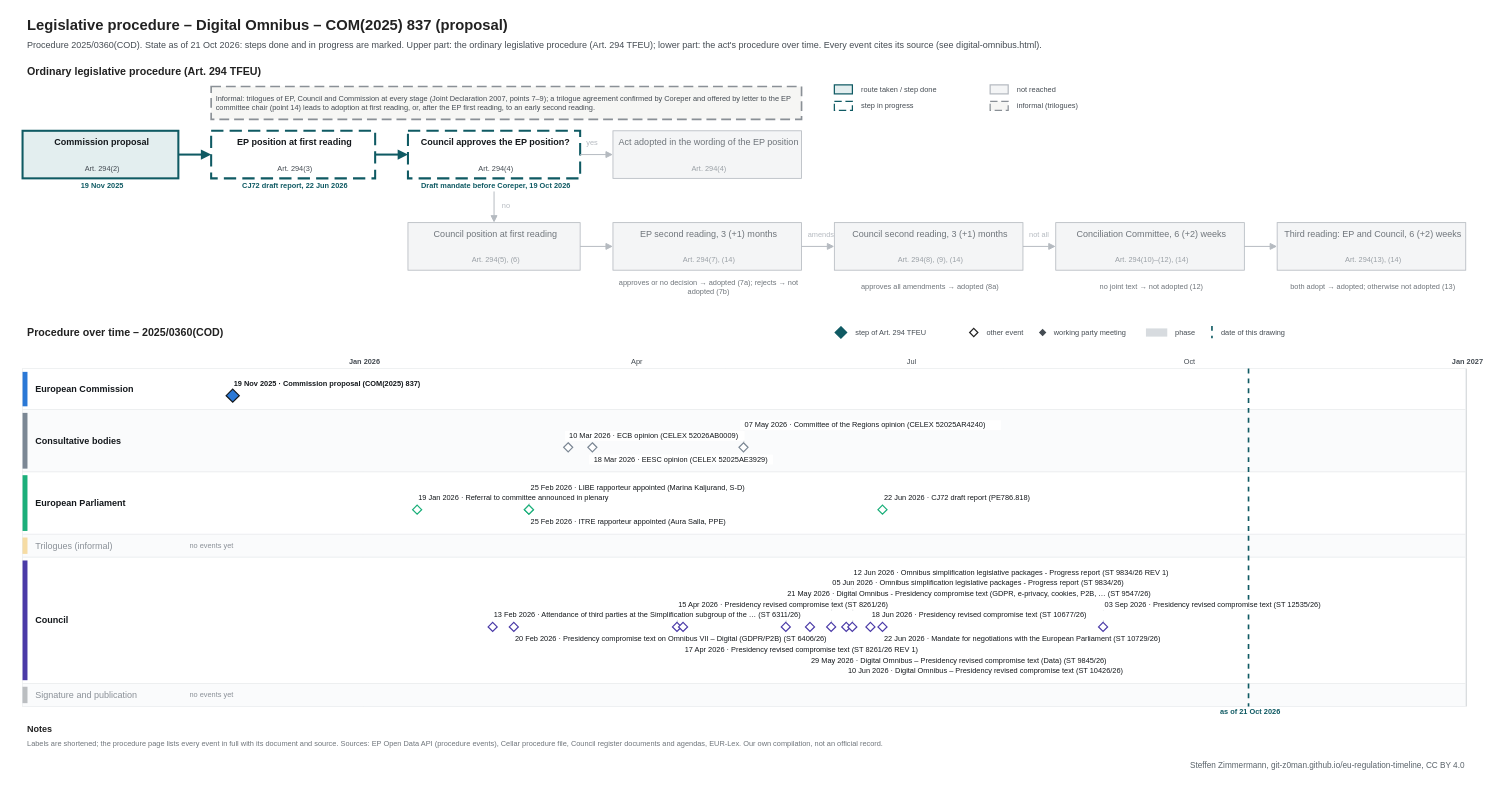
This is procedures/digital-omnibus.drawio from git-z0man/eu-regulation-timeline, a draw.io file, before an edit. Source tidied: cells renumbered, new cells numbered last; positions are measured from the earlier drawing's top-left corner, leaving out a move shared by most shapes. Both pictures are drawn from the tidied source at 82%, with x=0, y=0 at pixel (14, 14).
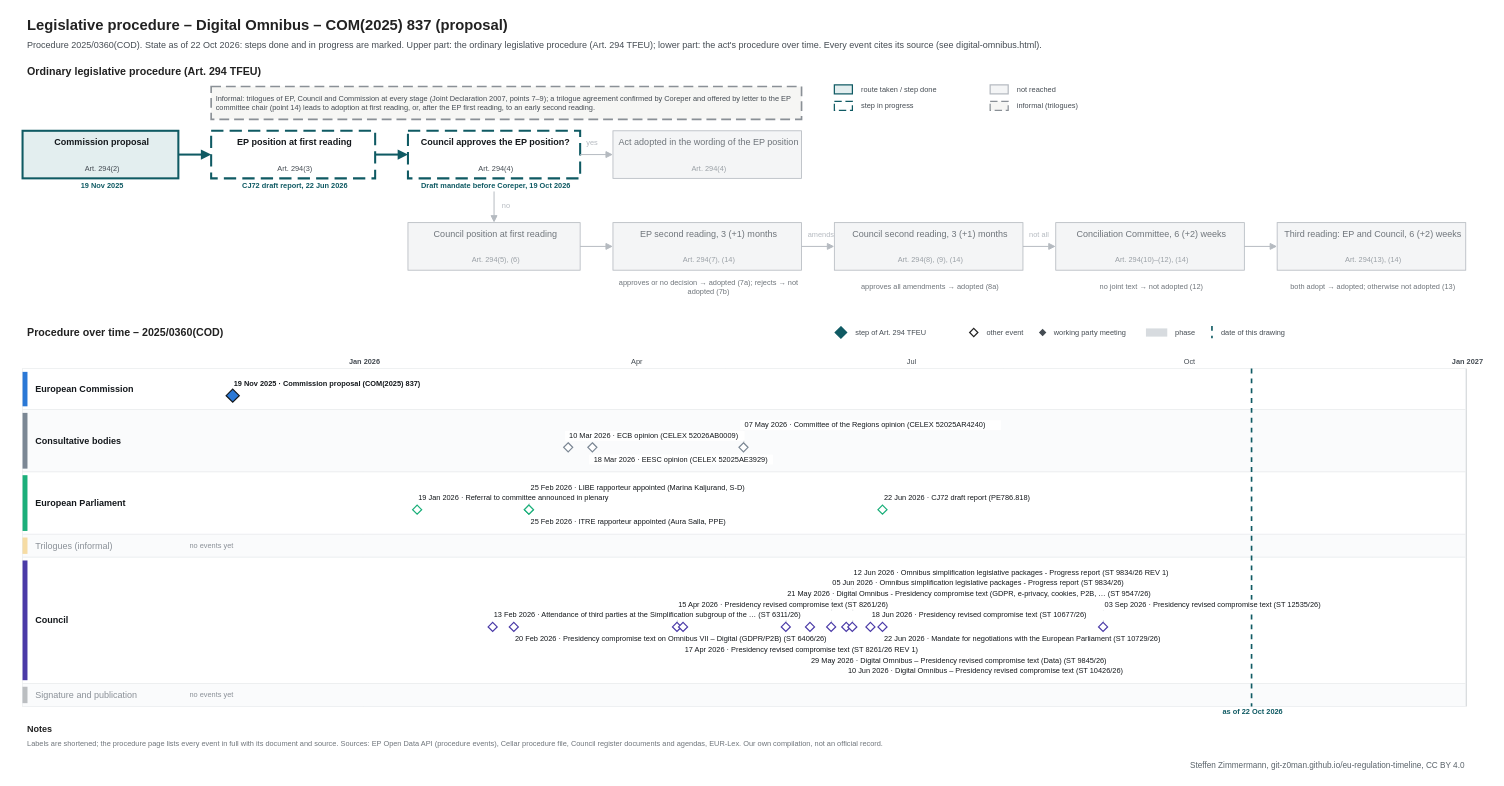
After the change.

Diff of the diagram source:
```diff
@@
-    <mxCell id="3" value="Procedure 2025/0360(COD). State as of 21 Oct 2026: steps done and in progress are marked. Upper part: the ordinary legislative procedure (Art. 294 TFEU); lower part: the act's procedure over time. Every event cites its source (see digital-omnibus.html)." style="text;html=1;fontSize=11;fontColor=#454c53;align=left;verticalAlign=middle;spacingLeft=4;" parent="1" vertex="1">
+    <mxCell id="3" value="Procedure 2025/0360(COD). State as of 22 Oct 2026: steps done and in progress are marked. Upper part: the ordinary legislative procedure (Art. 294 TFEU); lower part: the act's procedure over time. Every event cites its source (see digital-omnibus.html)." style="text;html=1;fontSize=11;fontColor=#454c53;align=left;verticalAlign=middle;spacingLeft=4;" parent="1" vertex="1">
       <mxGeometry x="10" y="28" width="1700" height="18" as="geometry" />
     </mxCell>
@@
     <mxCell id="112" style="line;html=1;strokeWidth=2;strokeColor=#0f5a63;direction=south;dashed=1;" parent="1" vertex="1">
-      <mxGeometry x="1504.6" y="432" width="1" height="412" as="geometry" />
+      <mxGeometry x="1508.3" y="432" width="1" height="412" as="geometry" />
     </mxCell>
-    <mxCell id="113" value="as of 21 Oct 2026" style="text;html=1;fontSize=9;fontColor=#0f5a63;align=center;verticalAlign=middle;spacingLeft=4;fontStyle=1;" parent="1" vertex="1">
-      <mxGeometry x="1444.6" y="845" width="120" height="12" as="geometry" />
+    <mxCell id="113" value="as of 22 Oct 2026" style="text;html=1;fontSize=9;fontColor=#0f5a63;align=center;verticalAlign=middle;spacingLeft=4;fontStyle=1;" parent="1" vertex="1">
+      <mxGeometry x="1448.3" y="845" width="120" height="12" as="geometry" />
     </mxCell>
```
